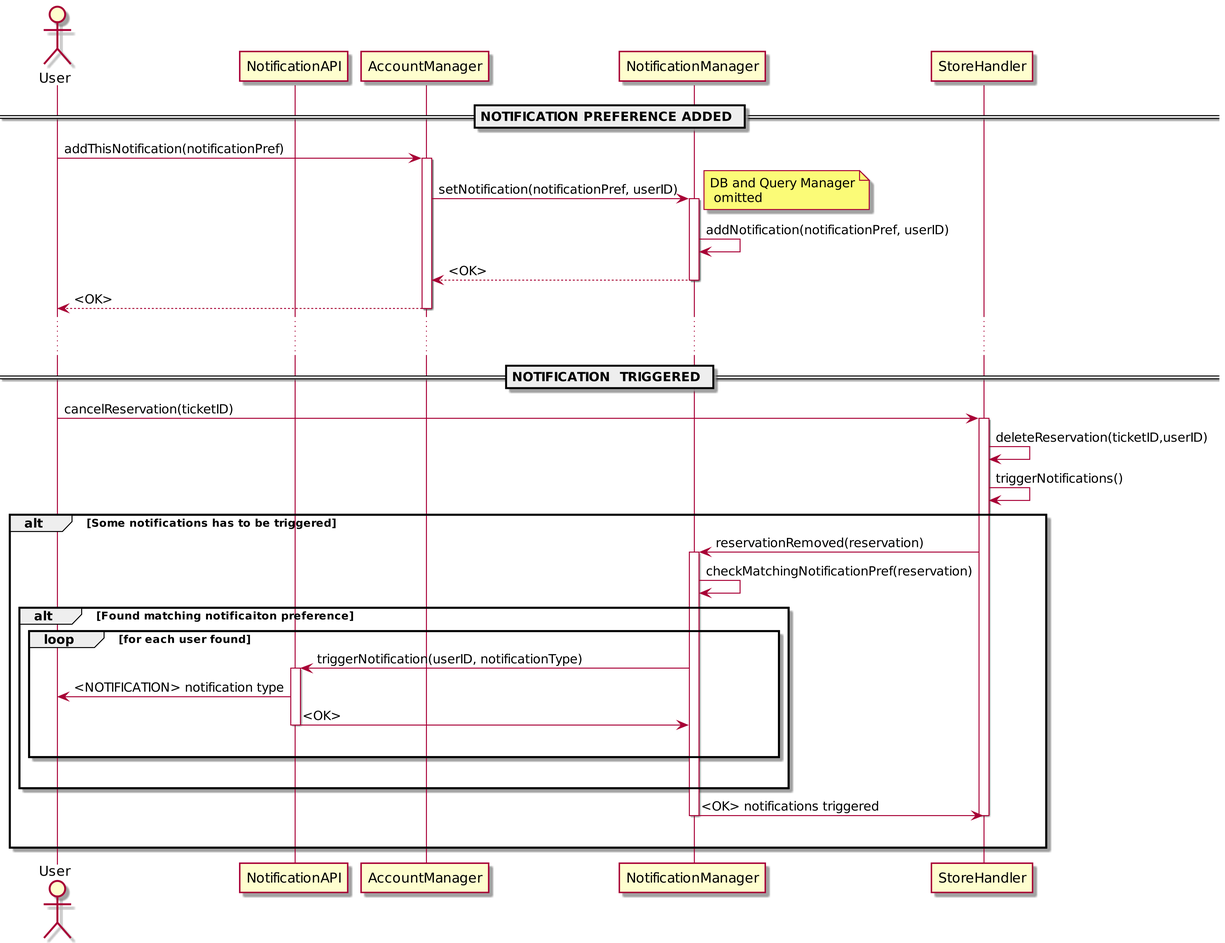
Earlier version of the PlantUML export DD/uml/seq_user_gets_notified.png (andreafra/Software-Engineering-2-Project-2021).
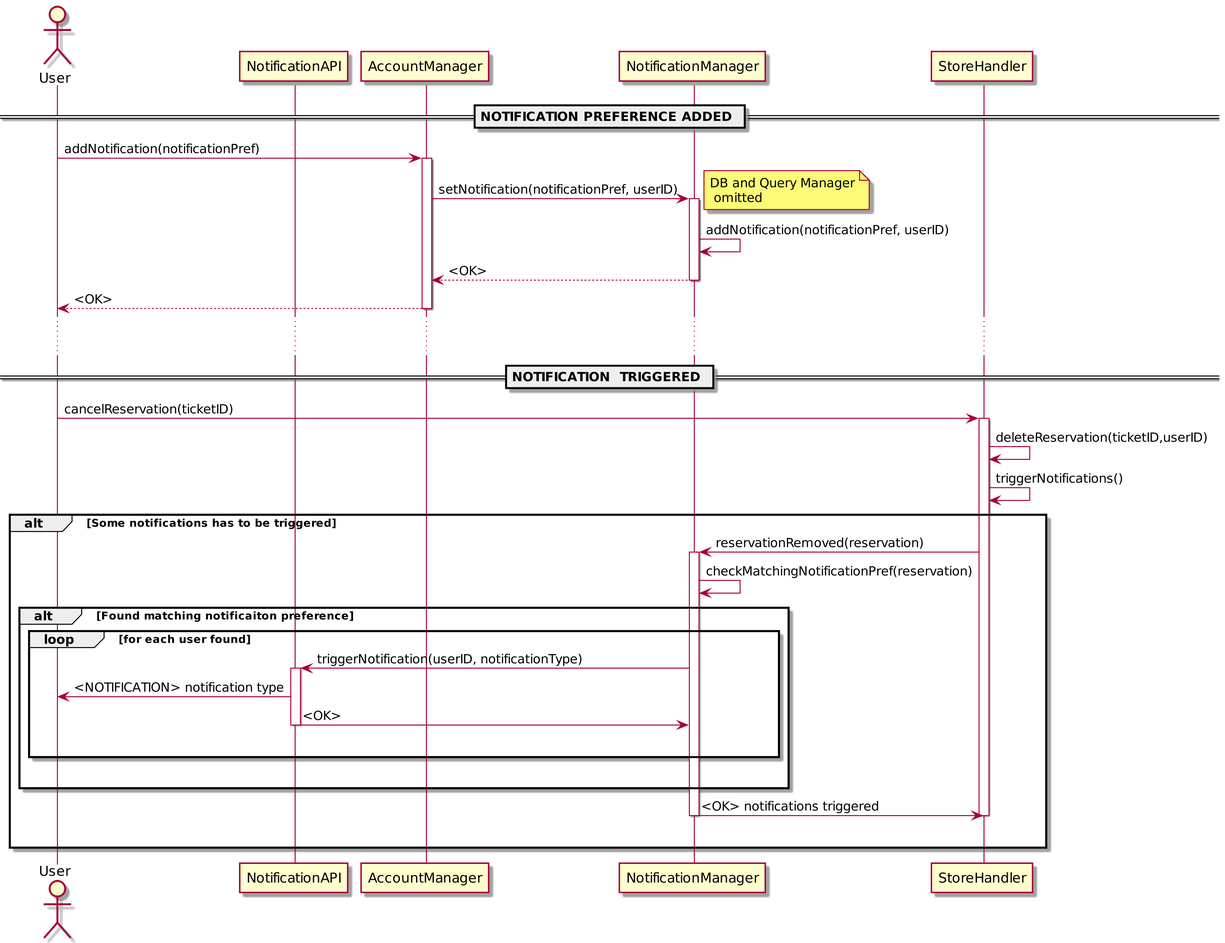
The same file after the commit.

The edit, as a diff of the source:
```diff
@@ -1,4 +1,4 @@
-@startuml seq_user_gets_notified
+@startuml
 skinparam {
    dpi 300
 }
@@ -10,7 +10,7 @@
 participant StoreHandler as sh
 
 == NOTIFICATION PREFERENCE ADDED ==
-a->am : addThisNotification(notificationPref)
+a->am : addNotification(notificationPref)
 activate am
 am->nm : setNotification(notificationPref, userID)
 activate nm
@@ -46,7 +46,4 @@
  deactivate sh
  |||
 end
-
-
-
 @enduml
```
